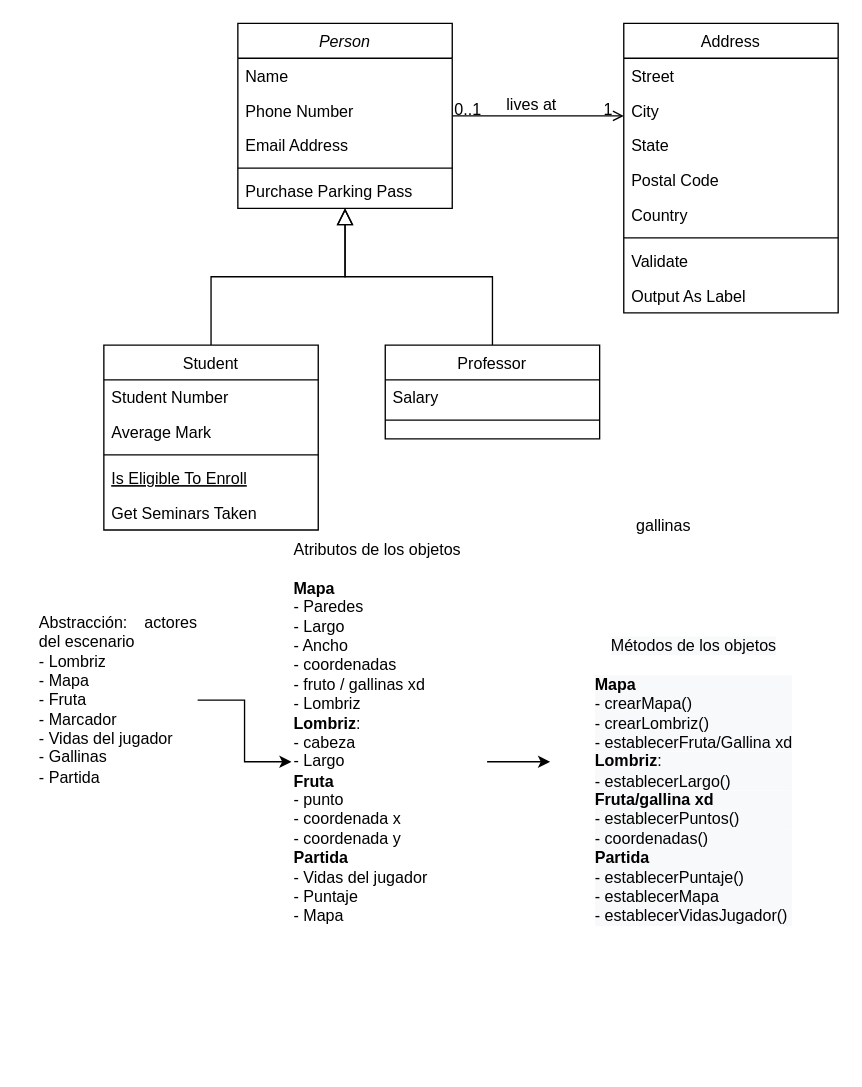
Earlier version of the draw.io diagram Untitled Diagram.drawio (Juanels1918/LaboratorioI). Source tidied: cells renumbered, new cells numbered last; positions are measured from the earlier drawing's top-left corner, leaving out a move shared by most shapes. Both pictures are drawn from the tidied source at 134%, with x=0, y=0 at pixel (36, 23).
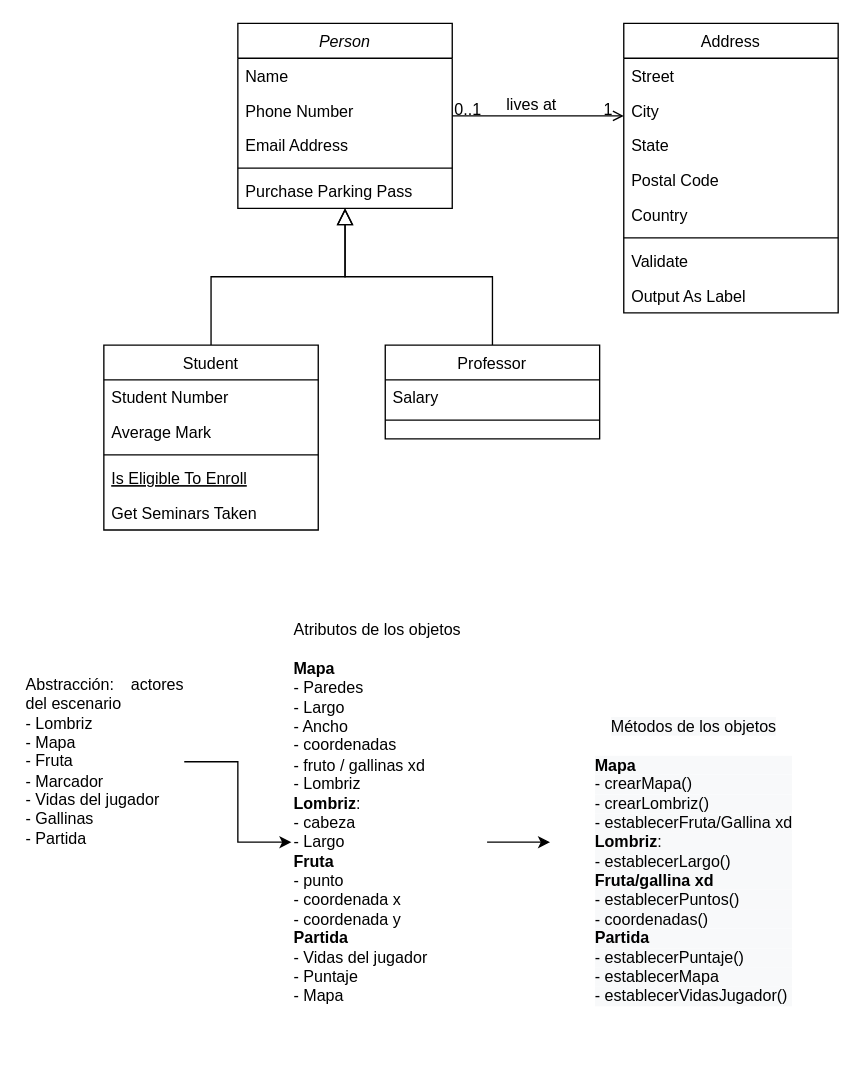
Above is the later version.

What changed in the source:
```diff
@@
     <mxCell id="33" value="&lt;div style=&quot;text-align: justify&quot;&gt;&lt;span style=&quot;line-height: 1.2&quot;&gt;Abstracción: actores del escenario&lt;/span&gt;&lt;/div&gt;&lt;div style=&quot;text-align: justify&quot;&gt;&lt;span style=&quot;line-height: 1.2&quot;&gt;- Lombriz&lt;/span&gt;&lt;/div&gt;&lt;div style=&quot;text-align: justify&quot;&gt;- Mapa&lt;/div&gt;&lt;div style=&quot;text-align: justify&quot;&gt;- Fruta&lt;/div&gt;&lt;div style=&quot;text-align: justify&quot;&gt;- Marcador&lt;/div&gt;&lt;div style=&quot;text-align: justify&quot;&gt;- Vidas del jugador&lt;/div&gt;&lt;div style=&quot;text-align: justify&quot;&gt;- Gallinas&lt;/div&gt;&lt;div style=&quot;text-align: justify&quot;&gt;- Partida&lt;/div&gt;" style="text;html=1;strokeColor=none;fillColor=none;align=left;verticalAlign=middle;whiteSpace=wrap;rounded=0;" parent="1" vertex="1">
-      <mxGeometry y="400" width="120" height="210" as="geometry" />
+      <mxGeometry x="-10" y="446" width="120" height="210" as="geometry" />
     </mxCell>
-    <mxCell id="34" value="gallinas" style="text;html=1;strokeColor=none;fillColor=none;align=center;verticalAlign=middle;whiteSpace=wrap;rounded=0;" parent="1" vertex="1">
-      <mxGeometry x="438" y="360" width="60" height="30" as="geometry" />
-    </mxCell>
@@
     <mxCell id="36" value="Atributos de los objetos&lt;br&gt;&lt;br&gt;&lt;div&gt;&lt;span&gt;&lt;b&gt;Mapa&lt;/b&gt;&lt;/span&gt;&lt;/div&gt;&lt;div&gt;&lt;span&gt;- Paredes&lt;/span&gt;&lt;/div&gt;&lt;div&gt;&lt;span&gt;- Largo&lt;/span&gt;&lt;/div&gt;&lt;div&gt;- Ancho&lt;/div&gt;&lt;div&gt;- coordenadas&lt;/div&gt;&lt;div&gt;- fruto / gallinas xd&lt;/div&gt;&lt;div&gt;- Lombriz&lt;/div&gt;&lt;div&gt;&lt;b&gt;Lombriz&lt;/b&gt;:&amp;nbsp;&lt;/div&gt;&lt;div&gt;- cabeza&lt;br&gt;- Largo&lt;/div&gt;&lt;div&gt;&lt;b&gt;Fruta&lt;/b&gt;&lt;/div&gt;&lt;div&gt;- punto&lt;/div&gt;&lt;div&gt;- coordenada x&lt;/div&gt;&lt;div&gt;- coordenada y&lt;/div&gt;&lt;div&gt;&lt;b&gt;Partida&lt;/b&gt;&lt;/div&gt;&lt;div&gt;- Vidas del jugador&lt;/div&gt;&lt;div&gt;- Puntaje&lt;/div&gt;&lt;div&gt;- Mapa&lt;/div&gt;&lt;div&gt;&lt;br&gt;&lt;/div&gt;&lt;div&gt;&lt;br&gt;&lt;/div&gt;&lt;div&gt;&lt;span&gt;&lt;br&gt;&lt;/span&gt;&lt;/div&gt;" style="text;html=1;strokeColor=none;fillColor=none;align=left;verticalAlign=middle;whiteSpace=wrap;rounded=0;" parent="1" vertex="1">
-      <mxGeometry x="190" y="420" width="146" height="262" as="geometry" />
+      <mxGeometry x="190" y="480" width="146" height="262" as="geometry" />
     </mxCell>
     <mxCell id="37" value="&lt;br&gt;&lt;br&gt;&lt;span style=&quot;color: rgb(0 , 0 , 0) ; font-family: &amp;#34;helvetica&amp;#34; ; font-size: 12px ; font-style: normal ; font-weight: 400 ; letter-spacing: normal ; text-align: left ; text-indent: 0px ; text-transform: none ; word-spacing: 0px ; background-color: rgb(248 , 249 , 250) ; display: inline ; float: none&quot;&gt;Métodos de los objetos&lt;/span&gt;&lt;br style=&quot;color: rgb(0 , 0 , 0) ; font-family: &amp;#34;helvetica&amp;#34; ; font-size: 12px ; font-style: normal ; font-weight: 400 ; letter-spacing: normal ; text-align: left ; text-indent: 0px ; text-transform: none ; word-spacing: 0px ; background-color: rgb(248 , 249 , 250)&quot;&gt;&lt;br style=&quot;color: rgb(0 , 0 , 0) ; font-family: &amp;#34;helvetica&amp;#34; ; font-size: 12px ; font-style: normal ; font-weight: 400 ; letter-spacing: normal ; text-align: left ; text-indent: 0px ; text-transform: none ; word-spacing: 0px ; background-color: rgb(248 , 249 , 250)&quot;&gt;&lt;div style=&quot;color: rgb(0 , 0 , 0) ; font-family: &amp;#34;helvetica&amp;#34; ; font-size: 12px ; font-style: normal ; font-weight: 400 ; letter-spacing: normal ; text-align: left ; text-indent: 0px ; text-transform: none ; word-spacing: 0px ; background-color: rgb(248 , 249 , 250)&quot;&gt;&lt;span&gt;&lt;b&gt;Mapa&lt;/b&gt;&lt;/span&gt;&lt;/div&gt;&lt;div style=&quot;color: rgb(0 , 0 , 0) ; font-family: &amp;#34;helvetica&amp;#34; ; font-size: 12px ; font-style: normal ; font-weight: 400 ; letter-spacing: normal ; text-align: left ; text-indent: 0px ; text-transform: none ; word-spacing: 0px ; background-color: rgb(248 , 249 , 250)&quot;&gt;- crearMapa()&lt;/div&gt;&lt;div style=&quot;color: rgb(0 , 0 , 0) ; font-family: &amp;#34;helvetica&amp;#34; ; font-size: 12px ; font-style: normal ; font-weight: 400 ; letter-spacing: normal ; text-align: left ; text-indent: 0px ; text-transform: none ; word-spacing: 0px ; background-color: rgb(248 , 249 , 250)&quot;&gt;- crearLombriz()&lt;/div&gt;&lt;div style=&quot;color: rgb(0 , 0 , 0) ; font-family: &amp;#34;helvetica&amp;#34; ; font-size: 12px ; font-style: normal ; font-weight: 400 ; letter-spacing: normal ; text-align: left ; text-indent: 0px ; text-transform: none ; word-spacing: 0px ; background-color: rgb(248 , 249 , 250)&quot;&gt;- establecerFruta/Gallina xd&lt;/div&gt;&lt;div style=&quot;color: rgb(0 , 0 , 0) ; font-family: &amp;#34;helvetica&amp;#34; ; font-size: 12px ; font-style: normal ; font-weight: 400 ; letter-spacing: normal ; text-align: left ; text-indent: 0px ; text-transform: none ; word-spacing: 0px ; background-color: rgb(248 , 249 , 250)&quot;&gt;&lt;b&gt;Lombriz&lt;/b&gt;:&amp;nbsp;&lt;br&gt;- establecerLargo()&lt;/div&gt;&lt;div style=&quot;color: rgb(0 , 0 , 0) ; font-family: &amp;#34;helvetica&amp;#34; ; font-size: 12px ; font-style: normal ; font-weight: 400 ; letter-spacing: normal ; text-align: left ; text-indent: 0px ; text-transform: none ; word-spacing: 0px ; background-color: rgb(248 , 249 , 250)&quot;&gt;&lt;b&gt;Fruta/gallina xd&lt;/b&gt;&lt;/div&gt;&lt;div style=&quot;color: rgb(0 , 0 , 0) ; font-family: &amp;#34;helvetica&amp;#34; ; font-size: 12px ; font-style: normal ; font-weight: 400 ; letter-spacing: normal ; text-align: left ; text-indent: 0px ; text-transform: none ; word-spacing: 0px ; background-color: rgb(248 , 249 , 250)&quot;&gt;- establecerPuntos()&lt;/div&gt;&lt;div style=&quot;color: rgb(0 , 0 , 0) ; font-family: &amp;#34;helvetica&amp;#34; ; font-size: 12px ; font-style: normal ; font-weight: 400 ; letter-spacing: normal ; text-align: left ; text-indent: 0px ; text-transform: none ; word-spacing: 0px ; background-color: rgb(248 , 249 , 250)&quot;&gt;- coordenadas()&lt;/div&gt;&lt;div style=&quot;color: rgb(0 , 0 , 0) ; font-family: &amp;#34;helvetica&amp;#34; ; font-size: 12px ; font-style: normal ; font-weight: 400 ; letter-spacing: normal ; text-align: left ; text-indent: 0px ; text-transform: none ; word-spacing: 0px ; background-color: rgb(248 , 249 , 250)&quot;&gt;&lt;b&gt;Partida&lt;/b&gt;&lt;/div&gt;&lt;div style=&quot;color: rgb(0 , 0 , 0) ; font-family: &amp;#34;helvetica&amp;#34; ; font-size: 12px ; font-style: normal ; font-weight: 400 ; letter-spacing: normal ; text-align: left ; text-indent: 0px ; text-transform: none ; word-spacing: 0px ; background-color: rgb(248 , 249 , 250)&quot;&gt;- establecerPuntaje()&lt;/div&gt;&lt;div style=&quot;color: rgb(0 , 0 , 0) ; font-family: &amp;#34;helvetica&amp;#34; ; font-size: 12px ; font-style: normal ; font-weight: 400 ; letter-spacing: normal ; text-align: left ; text-indent: 0px ; text-transform: none ; word-spacing: 0px ; background-color: rgb(248 , 249 , 250)&quot;&gt;- establecerMapa&lt;/div&gt;&lt;div style=&quot;color: rgb(0 , 0 , 0) ; font-family: &amp;#34;helvetica&amp;#34; ; font-size: 12px ; font-style: normal ; font-weight: 400 ; letter-spacing: normal ; text-align: left ; text-indent: 0px ; text-transform: none ; word-spacing: 0px ; background-color: rgb(248 , 249 , 250)&quot;&gt;- establecerVidasJugador()&lt;/div&gt;" style="text;html=1;strokeColor=none;fillColor=none;align=center;verticalAlign=middle;whiteSpace=wrap;rounded=0;" parent="1" vertex="1">
-      <mxGeometry x="383" y="414" width="215" height="274" as="geometry" />
+      <mxGeometry x="383" y="474" width="215" height="274" as="geometry" />
     </mxCell>
```
